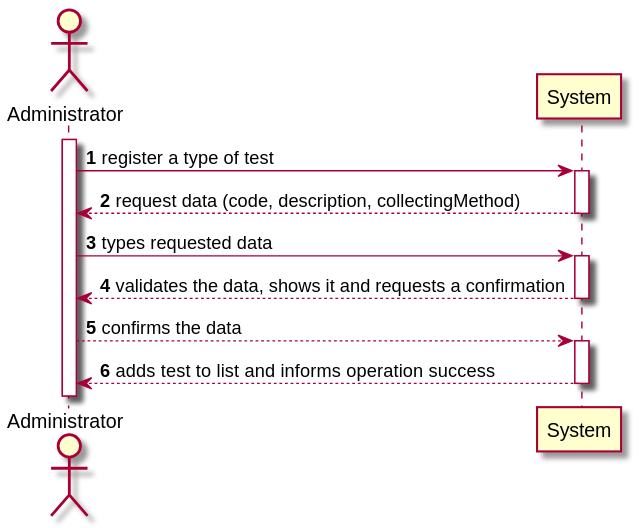
0franciscor/lei-21-s2-1de-g19 keeps this PlantUML diagram as docs/SprintB/US09/US09-SSD.svg. Above is the earlier version. Source of this version:
```plantuml
@startuml

autonumber

actor "Administrator" as admin
activate admin

admin -> System ++: register a type of test
System -->  admin --: request data (code, description, collectingMethod)
admin ->  System ++: types requested data
System --> admin --: validates the data, shows it and requests a confirmation
admin --> System++: confirms the data
System --> admin --: adds test to list and informs operation success



@enduml
```
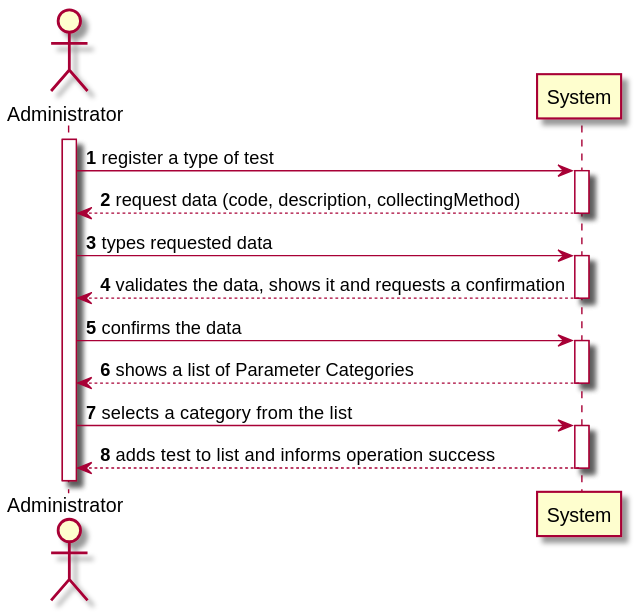
Later version of the same file.

Commit message:
Alteração do SSD da US09

Diff of the diagram source:
```diff
@@ -9,7 +9,10 @@
 System -->  admin --: request data (code, description, collectingMethod)
 admin ->  System ++: types requested data
 System --> admin --: validates the data, shows it and requests a confirmation
-admin --> System++: confirms the data
+admin -> System ++: confirms the data
+System --> admin --: shows a list of Parameter Categories
+admin -> System ++: selects a category from the list
+
 System --> admin --: adds test to list and informs operation success
 
 
```
